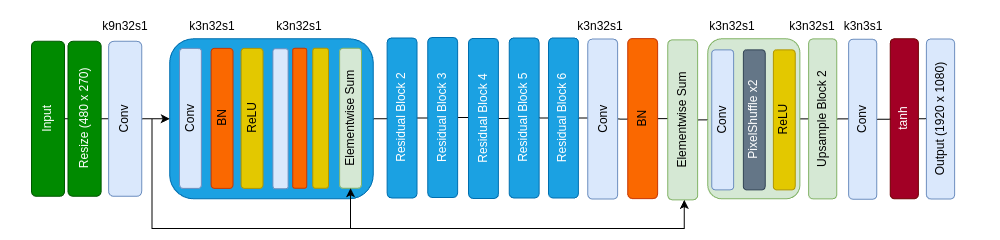
snehilchatterjee/intelAI keeps this draw.io diagram as images/tinysrgan_architecture.png. Above is the earlier version. Source tidied: cells renumbered, new cells last; positions are measured from the earlier drawing's top-left corner, leaving out a move shared by most shapes.
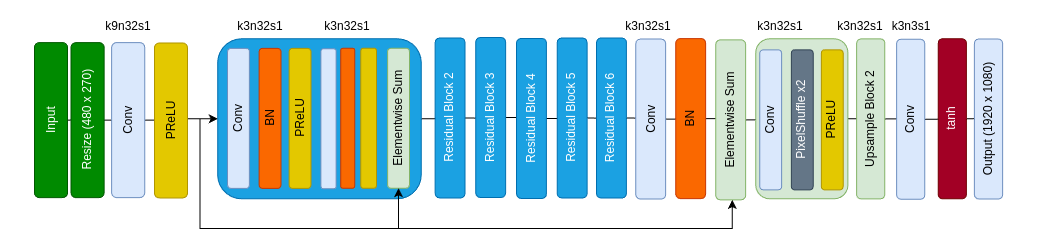
Above is the later version.

Commit message:
tinysrgan_architecture image change

What changed in the source:
```diff
@@ -7,14 +7,14 @@
     </mxCell>
     <mxCell id="3" style="edgeStyle=orthogonalEdgeStyle;rounded=0;jettySize=auto;html=1;" parent="1" edge="1" source="45">
       <mxGeometry relative="1" as="geometry">
-        <mxPoint x="100" y="110" as="targetPoint" />
+        <mxPoint x="55" y="111.3" as="targetPoint" />
       </mxGeometry>
     </mxCell>
     <mxCell id="4" style="edgeStyle=orthogonalEdgeStyle;rounded=0;jettySize=auto;html=1;entryX=0.5;entryY=0;entryDx=0;entryDy=0;" parent="1" edge="1" source="5" target="8">
       <mxGeometry relative="1" as="geometry" />
     </mxCell>
     <mxCell id="5" value="Resize (480 x 270)" style="rounded=1;whiteSpace=wrap;html=1;rotation=-90;fillColor=#008a00;strokeColor=#005700;fontColor=#ffffff;" parent="1" vertex="1">
-      <mxGeometry x="36.6" y="90.7" width="155" height="33.1" as="geometry" />
+      <mxGeometry x="-8.4" y="92" width="155" height="33.1" as="geometry" />
     </mxCell>
     <mxCell id="6" style="edgeStyle=orthogonalEdgeStyle;rounded=0;jettySize=auto;html=1;entryX=0.5;entryY=0;entryDx=0;entryDy=0;" parent="1" edge="1" source="8" target="10">
       <mxGeometry relative="1" as="geometry" />
@@ -29,7 +29,7 @@
       </mxGeometry>
     </mxCell>
     <mxCell id="8" value="Conv" style="rounded=1;whiteSpace=wrap;html=1;rotation=-90;fillColor=#dae8fc;strokeColor=#6c8ebf;" parent="1" vertex="1">
-      <mxGeometry x="77.2" y="90.7" width="155" height="33.1" as="geometry" />
+      <mxGeometry x="32.2" y="92.1" width="155" height="33.1" as="geometry" />
     </mxCell>
     <mxCell id="9" style="edgeStyle=orthogonalEdgeStyle;rounded=0;jettySize=auto;html=1;entryX=0.5;entryY=0;entryDx=0;entryDy=0;" parent="1" edge="1" source="10" target="20">
       <mxGeometry relative="1" as="geometry" />
@@ -43,7 +43,7 @@
     <mxCell id="12" value="BN" style="rounded=1;whiteSpace=wrap;html=1;rotation=-90;fillColor=#fa6800;strokeColor=#C73500;fontColor=#000000;" parent="1" vertex="1">
       <mxGeometry x="181.6" y="95.9" width="140" height="21.9" as="geometry" />
     </mxCell>
-    <mxCell id="13" value="ReLU" style="rounded=1;whiteSpace=wrap;html=1;rotation=-90;fillColor=#e3c800;strokeColor=#B09500;fontColor=#000000;" parent="1" vertex="1">
+    <mxCell id="13" value="PReLU" style="rounded=1;whiteSpace=wrap;html=1;rotation=-90;fillColor=#e3c800;strokeColor=#B09500;fontColor=#000000;" parent="1" vertex="1">
       <mxGeometry x="211.6" y="95.9" width="140" height="21.9" as="geometry" />
     </mxCell>
     <mxCell id="14" style="rounded=1;whiteSpace=wrap;html=1;rotation=-90;fillColor=#dae8fc;strokeColor=#6c8ebf;" parent="1" vertex="1">
@@ -127,7 +127,7 @@
     <mxCell id="38" value="PixelShuffle x2" style="rounded=1;whiteSpace=wrap;html=1;rotation=-90;fillColor=#647687;strokeColor=#314354;fontColor=#ffffff;" parent="1" vertex="1">
       <mxGeometry x="713.8" y="97.4" width="140" height="21.9" as="geometry" />
     </mxCell>
-    <mxCell id="39" value="ReLU" style="rounded=1;whiteSpace=wrap;html=1;rotation=-90;fillColor=#e3c800;strokeColor=#B09500;fontColor=#000000;" parent="1" vertex="1">
+    <mxCell id="39" value="PReLU" style="rounded=1;whiteSpace=wrap;html=1;rotation=-90;fillColor=#e3c800;strokeColor=#B09500;fontColor=#000000;" parent="1" vertex="1">
       <mxGeometry x="743.8" y="97.4" width="140" height="21.9" as="geometry" />
     </mxCell>
     <mxCell id="40" style="edgeStyle=orthogonalEdgeStyle;rounded=0;jettySize=auto;html=1;" parent="1" edge="1" source="41" target="42">
@@ -146,7 +146,7 @@
       <mxGeometry x="853.8" y="93.2" width="160" height="28.1" as="geometry" />
     </mxCell>
     <mxCell id="45" value="Input" style="rounded=1;whiteSpace=wrap;html=1;rotation=-90;fillColor=#008a00;strokeColor=#005700;fontColor=#ffffff;" parent="1" vertex="1">
-      <mxGeometry y="90.7" width="155" height="33.1" as="geometry" />
+      <mxGeometry x="-45" y="92" width="155" height="33.1" as="geometry" />
     </mxCell>
     <mxCell id="46" value="k3n32s1" style="text;html=1;align=center;verticalAlign=middle;whiteSpace=wrap;rounded=0;" parent="1" vertex="1">
       <mxGeometry x="211.6" width="60" height="30" as="geometry" />
@@ -155,7 +155,7 @@
       <mxGeometry x="299.2" width="60" height="30" as="geometry" />
     </mxCell>
     <mxCell id="48" value="k9n32s1" style="text;html=1;align=center;verticalAlign=middle;whiteSpace=wrap;rounded=0;" parent="1" vertex="1">
-      <mxGeometry x="124.7" width="60" height="30" as="geometry" />
+      <mxGeometry x="79.7" width="60" height="30" as="geometry" />
     </mxCell>
     <mxCell id="49" value="k3n32s1" style="text;html=1;align=center;verticalAlign=middle;whiteSpace=wrap;rounded=0;" parent="1" vertex="1">
       <mxGeometry x="600" width="60" height="30" as="geometry" />
@@ -172,5 +172,8 @@
     <mxCell id="53" value="Output (1920 x 1080)" style="rounded=1;whiteSpace=wrap;html=1;rotation=-90;fillColor=#dae8fc;strokeColor=#6c8ebf;" parent="1" vertex="1">
       <mxGeometry x="890" y="93.5" width="160" height="28.1" as="geometry" />
     </mxCell>
+    <mxCell id="54" value="PReLU" style="rounded=1;whiteSpace=wrap;html=1;rotation=-90;fillColor=#e3c800;strokeColor=#B09500;fontColor=#000000;" parent="1" vertex="1">
+      <mxGeometry x="75" y="92.4" width="155" height="33.1" as="geometry" />
+    </mxCell>
   </root>
 </mxGraphModel>
```
